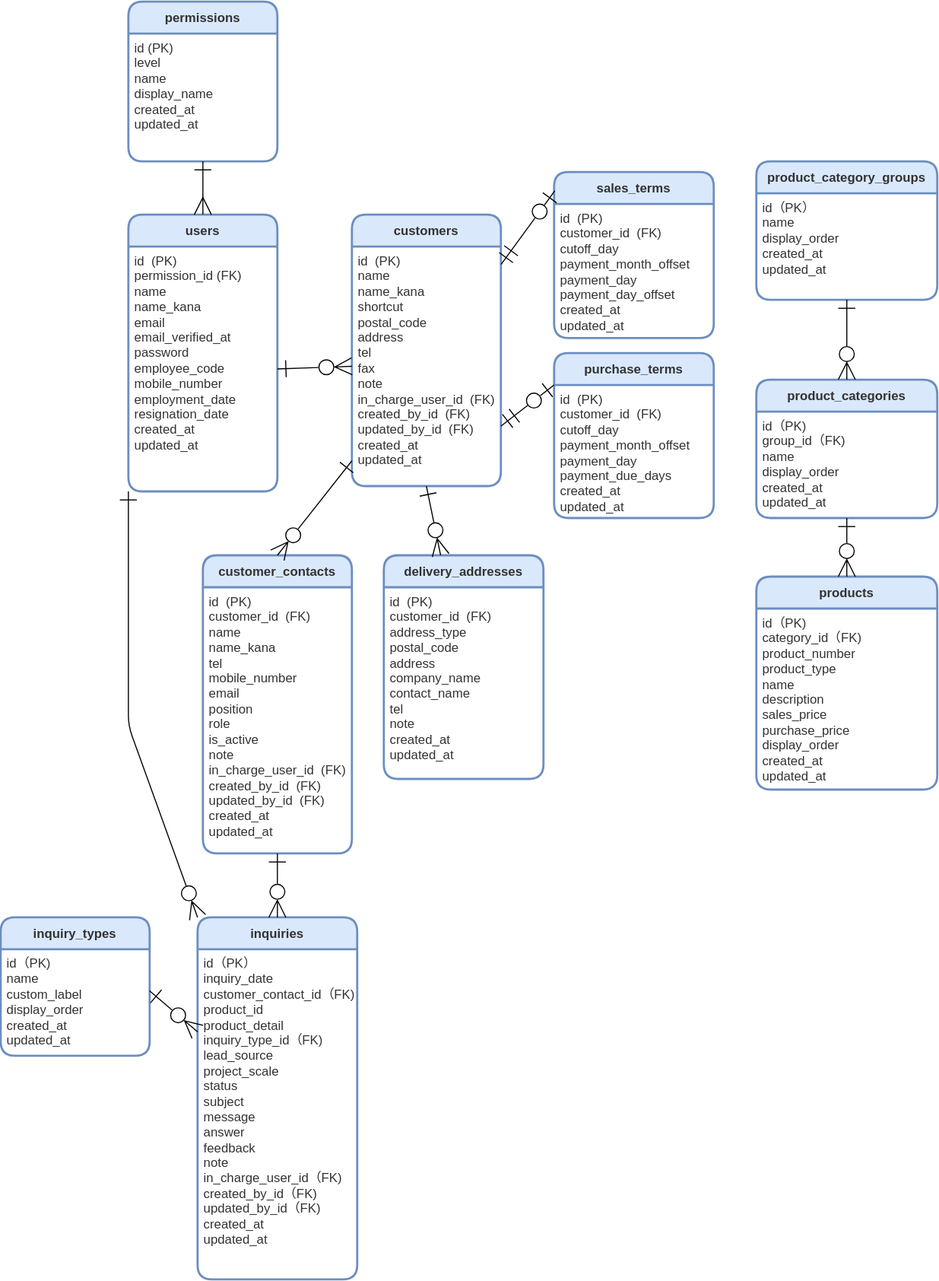
Earlier version of the draw.io export src/docs/ER.drawio.svg (ryo-tom/flagship). Source tidied: cells renumbered, new cells last; positions are measured from the earlier drawing's top-left corner, leaving out a move shared by most shapes.
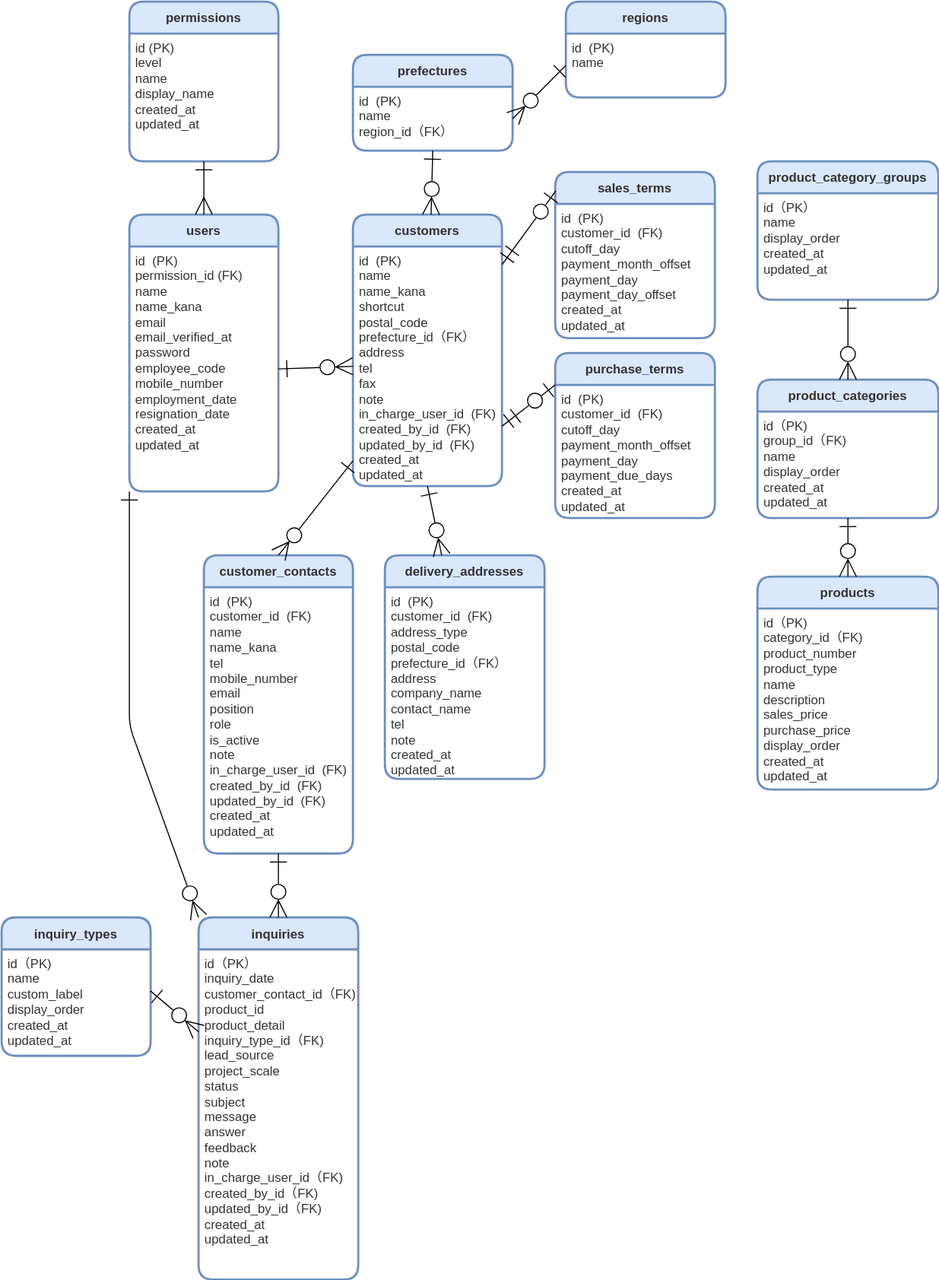
The same diagram one commit later.

The edit, as a diff of the source:
```diff
@@ -20,7 +20,7 @@
     <mxCell id="7" value="customers" style="swimlane;horizontal=1;startSize=30;rounded=1;fontSize=12;fontStyle=1;strokeWidth=2;shadow=0;dashed=0;align=center;fillColor=#dae8fc;strokeColor=#6c8ebf;fontColor=#333333;labelBackgroundColor=none;gradientColor=none;swimlaneFillColor=#FFFFFF;verticalAlign=middle;" parent="1" vertex="1">
       <mxGeometry x="330" y="200" width="140" height="255" as="geometry" />
     </mxCell>
-    <mxCell id="8" value="&lt;font style=&quot;font-size: 12px;&quot;&gt;id&amp;nbsp;&amp;nbsp;(PK)&lt;br style=&quot;font-size: 12px;&quot;&gt;name&lt;br style=&quot;font-size: 12px;&quot;&gt;name_kana&lt;br style=&quot;font-size: 12px;&quot;&gt;shortcut&lt;br style=&quot;font-size: 12px;&quot;&gt;postal_code&lt;br style=&quot;font-size: 12px;&quot;&gt;address&lt;br style=&quot;font-size: 12px;&quot;&gt;tel&lt;br style=&quot;font-size: 12px;&quot;&gt;fax&lt;br style=&quot;font-size: 12px;&quot;&gt;note&lt;br style=&quot;font-size: 12px;&quot;&gt;in_charge_user_id&amp;nbsp;&amp;nbsp;(FK)&lt;br style=&quot;font-size: 12px;&quot;&gt;created_by_id&amp;nbsp;&amp;nbsp;(FK)&lt;br style=&quot;font-size: 12px;&quot;&gt;updated_by_id&amp;nbsp;&amp;nbsp;(FK)&lt;br style=&quot;font-size: 12px;&quot;&gt;created_at&lt;br style=&quot;font-size: 12px;&quot;&gt;updated_at&lt;/font&gt;" style="align=left;strokeColor=none;fillColor=none;spacingLeft=4;fontSize=12;verticalAlign=top;fontColor=#333333;html=1;" parent="7" vertex="1">
+    <mxCell id="8" value="&lt;font style=&quot;&quot;&gt;id&amp;nbsp;&amp;nbsp;(PK)&lt;br style=&quot;font-size: 12px;&quot;&gt;name&lt;br style=&quot;font-size: 12px;&quot;&gt;name_kana&lt;br style=&quot;font-size: 12px;&quot;&gt;shortcut&lt;br style=&quot;font-size: 12px;&quot;&gt;postal_code&lt;br&gt;prefecture_id（FK）&lt;br style=&quot;font-size: 12px;&quot;&gt;address&lt;br style=&quot;font-size: 12px;&quot;&gt;tel&lt;br style=&quot;font-size: 12px;&quot;&gt;fax&lt;br style=&quot;font-size: 12px;&quot;&gt;note&lt;br style=&quot;font-size: 12px;&quot;&gt;in_charge_user_id&amp;nbsp;&amp;nbsp;(FK)&lt;br style=&quot;font-size: 12px;&quot;&gt;created_by_id&amp;nbsp;&amp;nbsp;(FK)&lt;br style=&quot;font-size: 12px;&quot;&gt;updated_by_id&amp;nbsp;&amp;nbsp;(FK)&lt;br style=&quot;font-size: 12px;&quot;&gt;created_at&lt;br style=&quot;font-size: 12px;&quot;&gt;updated_at&lt;/font&gt;" style="align=left;strokeColor=none;fillColor=none;spacingLeft=4;fontSize=12;verticalAlign=top;fontColor=#333333;html=1;" parent="7" vertex="1">
       <mxGeometry y="30" width="140" height="225" as="geometry" />
     </mxCell>
     <mxCell id="9" style="edgeStyle=none;shape=connector;rounded=1;jumpStyle=none;jumpSize=6;html=1;exitX=1;exitY=0.5;exitDx=0;exitDy=0;shadow=0;labelBackgroundColor=default;strokeColor=default;fontFamily=Helvetica;fontSize=12;fontColor=default;startArrow=ERone;startFill=0;endArrow=ERzeroToMany;endFill=0;startSize=14;endSize=14;targetPerimeterSpacing=0;strokeWidth=1;entryX=0;entryY=0.5;entryDx=0;entryDy=0;verticalAlign=top;" parent="1" edge="1" source="5" target="8">
@@ -38,7 +38,7 @@
     <mxCell id="13" value="delivery_addresses" style="swimlane;horizontal=1;startSize=30;rounded=1;fontSize=12;fontStyle=1;strokeWidth=2;shadow=0;dashed=0;align=center;fillColor=#dae8fc;strokeColor=#6c8ebf;fontColor=#333333;labelBackgroundColor=none;gradientColor=none;swimlaneFillColor=#FFFFFF;verticalAlign=middle;" parent="1" vertex="1">
       <mxGeometry x="360" y="520" width="150" height="210" as="geometry" />
     </mxCell>
-    <mxCell id="14" value="&lt;font style=&quot;font-size: 12px;&quot;&gt;id&amp;nbsp;&amp;nbsp;(PK)&lt;br style=&quot;font-size: 12px;&quot;&gt;customer_id&amp;nbsp;&amp;nbsp;(FK)&lt;br style=&quot;font-size: 12px;&quot;&gt;address_type&lt;br style=&quot;font-size: 12px;&quot;&gt;post_code&lt;br style=&quot;font-size: 12px;&quot;&gt;address&lt;br style=&quot;font-size: 12px;&quot;&gt;company_name&lt;br style=&quot;font-size: 12px;&quot;&gt;contact_name&lt;br style=&quot;font-size: 12px;&quot;&gt;tel&lt;br style=&quot;font-size: 12px;&quot;&gt;note&lt;br style=&quot;font-size: 12px;&quot;&gt;created_at&lt;br style=&quot;font-size: 12px;&quot;&gt;updated_at&lt;/font&gt;" style="align=left;strokeColor=none;fillColor=none;spacingLeft=4;fontSize=12;verticalAlign=top;fontColor=#333333;html=1;" parent="13" vertex="1">
+    <mxCell id="14" value="&lt;font style=&quot;&quot;&gt;id&amp;nbsp;&amp;nbsp;(PK)&lt;br style=&quot;font-size: 12px;&quot;&gt;customer_id&amp;nbsp;&amp;nbsp;(FK)&lt;br style=&quot;font-size: 12px;&quot;&gt;address_type&lt;br style=&quot;font-size: 12px;&quot;&gt;postal_code&lt;br&gt;prefecture_id（FK）&lt;br style=&quot;font-size: 12px;&quot;&gt;address&lt;br style=&quot;font-size: 12px;&quot;&gt;company_name&lt;br style=&quot;font-size: 12px;&quot;&gt;contact_name&lt;br style=&quot;font-size: 12px;&quot;&gt;tel&lt;br style=&quot;font-size: 12px;&quot;&gt;note&lt;br style=&quot;font-size: 12px;&quot;&gt;created_at&lt;br style=&quot;font-size: 12px;&quot;&gt;updated_at&lt;/font&gt;" style="align=left;strokeColor=none;fillColor=none;spacingLeft=4;fontSize=12;verticalAlign=top;fontColor=#333333;html=1;" parent="13" vertex="1">
       <mxGeometry y="30" width="150" height="180" as="geometry" />
     </mxCell>
     <mxCell id="15" style="edgeStyle=none;shape=connector;rounded=1;jumpStyle=none;jumpSize=6;html=1;exitX=0.5;exitY=1;exitDx=0;exitDy=0;shadow=0;labelBackgroundColor=default;strokeColor=default;fontFamily=Helvetica;fontSize=12;fontColor=default;startArrow=ERone;startFill=0;endArrow=ERzeroToMany;endFill=0;startSize=14;endSize=14;targetPerimeterSpacing=0;verticalAlign=top;" parent="1" edge="1" source="8" target="13">
@@ -111,5 +111,23 @@
         </Array>
       </mxGeometry>
     </mxCell>
+    <mxCell id="37" value="regions" style="swimlane;horizontal=1;startSize=30;rounded=1;fontSize=12;fontStyle=1;strokeWidth=2;shadow=0;dashed=0;align=center;fillColor=#dae8fc;strokeColor=#6c8ebf;fontColor=#333333;labelBackgroundColor=none;gradientColor=none;swimlaneFillColor=#FFFFFF;verticalAlign=middle;" parent="1" vertex="1">
+      <mxGeometry x="530" width="150" height="90" as="geometry" />
+    </mxCell>
+    <mxCell id="38" value="&lt;font style=&quot;&quot;&gt;id&amp;nbsp;&amp;nbsp;(PK)&lt;br style=&quot;font-size: 12px;&quot;&gt;name&lt;br&gt;&lt;/font&gt;" style="align=left;strokeColor=none;fillColor=none;spacingLeft=4;fontSize=12;verticalAlign=top;fontColor=#333333;html=1;" parent="37" vertex="1">
+      <mxGeometry y="30" width="150" height="60" as="geometry" />
+    </mxCell>
+    <mxCell id="39" value="prefectures" style="swimlane;horizontal=1;startSize=30;rounded=1;fontSize=12;fontStyle=1;strokeWidth=2;shadow=0;dashed=0;align=center;fillColor=#dae8fc;strokeColor=#6c8ebf;fontColor=#333333;labelBackgroundColor=none;gradientColor=none;swimlaneFillColor=#FFFFFF;verticalAlign=middle;" parent="1" vertex="1">
+      <mxGeometry x="330" y="50" width="150" height="90" as="geometry" />
+    </mxCell>
+    <mxCell id="40" value="&lt;font style=&quot;&quot;&gt;id&amp;nbsp;&amp;nbsp;(PK)&lt;br style=&quot;font-size: 12px;&quot;&gt;name&lt;br&gt;region_id（FK）&lt;br&gt;&lt;/font&gt;" style="align=left;strokeColor=none;fillColor=none;spacingLeft=4;fontSize=12;verticalAlign=top;fontColor=#333333;html=1;" parent="39" vertex="1">
+      <mxGeometry y="30" width="150" height="60" as="geometry" />
+    </mxCell>
+    <mxCell id="41" style="edgeStyle=none;shape=connector;rounded=1;jumpStyle=none;jumpSize=6;html=1;exitX=0;exitY=0.5;exitDx=0;exitDy=0;shadow=0;labelBackgroundColor=default;strokeColor=default;fontFamily=Helvetica;fontSize=12;fontColor=default;startArrow=ERone;startFill=0;endArrow=ERzeroToMany;endFill=0;startSize=14;endSize=14;targetPerimeterSpacing=0;strokeWidth=1;entryX=1;entryY=0.5;entryDx=0;entryDy=0;verticalAlign=top;" parent="1" edge="1" source="38" target="40">
+      <mxGeometry relative="1" as="geometry" />
+    </mxCell>
+    <mxCell id="42" style="edgeStyle=none;shape=connector;rounded=1;jumpStyle=none;jumpSize=6;html=1;exitX=0.5;exitY=1;exitDx=0;exitDy=0;shadow=0;labelBackgroundColor=default;strokeColor=default;fontFamily=Helvetica;fontSize=12;fontColor=default;startArrow=ERone;startFill=0;endArrow=ERzeroToMany;endFill=0;startSize=14;endSize=14;targetPerimeterSpacing=0;strokeWidth=1;verticalAlign=top;" parent="1" edge="1" source="40" target="7">
+      <mxGeometry relative="1" as="geometry" />
+    </mxCell>
   </root>
 </mxGraphModel>
```
